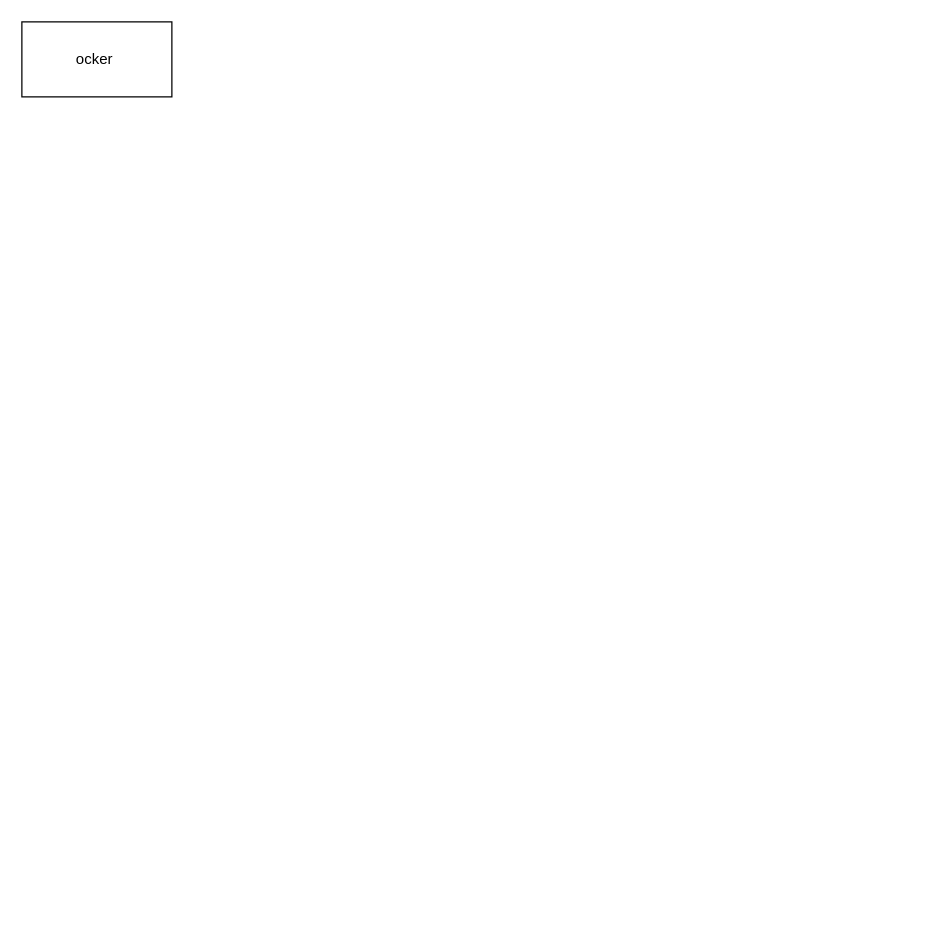
hephaestus88/docker keeps this draw.io diagram as page "Dockerfile" (2 of 2) of Untitled Diagram.drawio. Above is the earlier version. Source tidied: cells renumbered, new cells numbered last; positions are measured from the earlier drawing's top-left corner, leaving out a move shared by most shapes. Both pictures are drawn from the tidied source at 125%, with x=0, y=0 at pixel (21, 21).
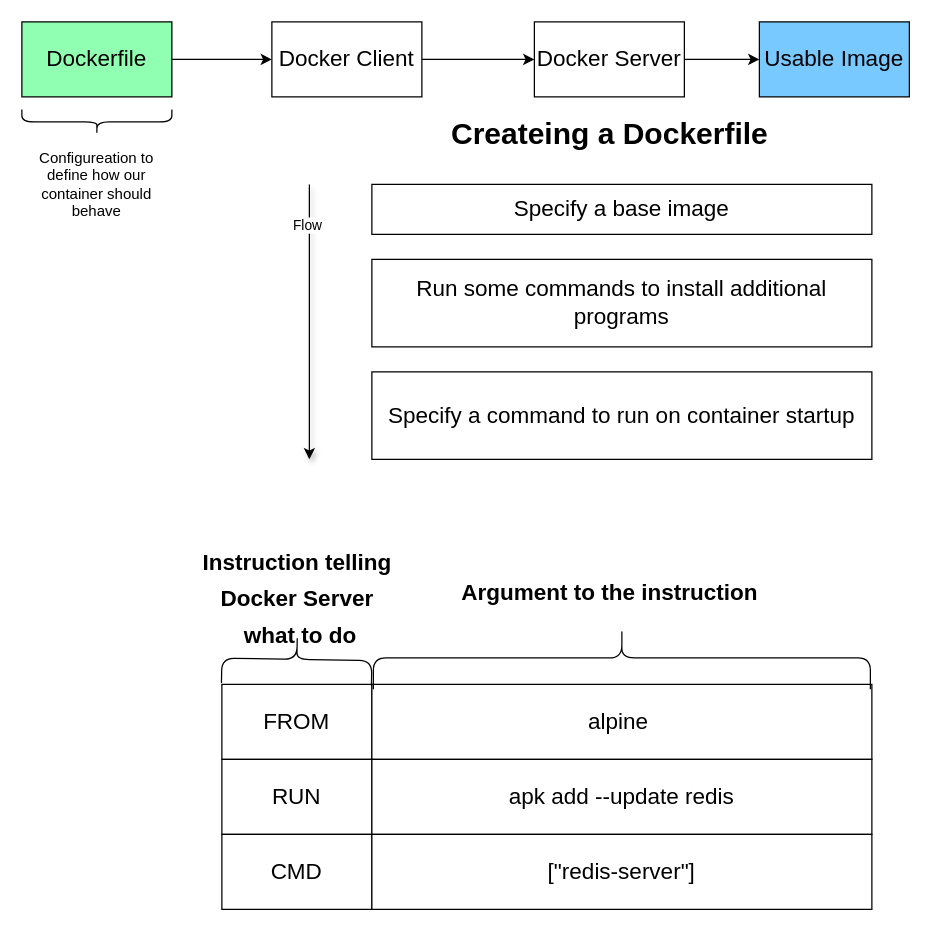
After the change.

The edit, as a diff of the source:
```diff
@@
-    <mxCell id="2" value="ocker&amp;nbsp;" style="whiteSpace=wrap;html=1;" parent="1" vertex="1">
+    <mxCell id="2" value="&lt;font style=&quot;font-size: 18px;&quot;&gt;Dockerfile&lt;/font&gt;" style="whiteSpace=wrap;html=1;fillColor=#91FFB2;" parent="1" vertex="1">
       <mxGeometry width="120" height="60" as="geometry" />
     </mxCell>
+    <mxCell id="3" style="endArrow=classic;html=1;rounded=0;elbow=vertical;exitX=1;exitY=0.5;exitDx=0;exitDy=0;" parent="1" edge="1" source="2">
+      <mxGeometry relative="1" as="geometry">
+        <mxPoint x="200" y="30" as="targetPoint" />
+      </mxGeometry>
+    </mxCell>
+    <mxCell id="4" style="edgeStyle=elbowEdgeStyle;rounded=0;jettySize=auto;elbow=vertical;html=1;" parent="1" edge="1" source="5" target="7">
+      <mxGeometry relative="1" as="geometry" />
+    </mxCell>
+    <mxCell id="5" value="&lt;span style=&quot;font-size: 18px;&quot;&gt;Docker Client&lt;/span&gt;" style="whiteSpace=wrap;html=1;" parent="1" vertex="1">
+      <mxGeometry x="200" width="120" height="60" as="geometry" />
+    </mxCell>
+    <mxCell id="6" style="edgeStyle=elbowEdgeStyle;rounded=0;jettySize=auto;elbow=vertical;html=1;" parent="1" edge="1" source="7" target="8">
+      <mxGeometry relative="1" as="geometry" />
+    </mxCell>
+    <mxCell id="7" value="&lt;font style=&quot;font-size: 18px;&quot;&gt;Docker Server&lt;/font&gt;" style="whiteSpace=wrap;html=1;" parent="1" vertex="1">
+      <mxGeometry x="410" width="120" height="60" as="geometry" />
+    </mxCell>
+    <mxCell id="8" value="&lt;font style=&quot;font-size: 18px;&quot;&gt;Usable Image&lt;/font&gt;" style="whiteSpace=wrap;html=1;fillColor=#78C9FF;" parent="1" vertex="1">
+      <mxGeometry x="590" width="120" height="60" as="geometry" />
+    </mxCell>
+    <mxCell id="9" style="shape=curlyBracket;whiteSpace=wrap;html=1;rounded=1;flipH=1;labelPosition=right;verticalLabelPosition=middle;align=left;verticalAlign=middle;rotation=90;" parent="1" vertex="1">
+      <mxGeometry x="50" y="20" width="20" height="120" as="geometry" />
+    </mxCell>
+    <mxCell id="10" value="Configureation to define how our container should behave" style="rounded=0;whiteSpace=wrap;html=1;strokeColor=#FFFFFF;" parent="1" vertex="1">
+      <mxGeometry y="100" width="120" height="60" as="geometry" />
+    </mxCell>
+    <mxCell id="11" value="&lt;font style=&quot;font-size: 18px;&quot;&gt;Specify a base image&lt;/font&gt;" style="rounded=0;whiteSpace=wrap;html=1;" parent="1" vertex="1">
+      <mxGeometry x="280" y="130" width="400" height="40" as="geometry" />
+    </mxCell>
+    <mxCell id="12" value="&lt;font style=&quot;font-size: 18px;&quot;&gt;Run some commands to install additional programs&lt;/font&gt;" style="rounded=0;whiteSpace=wrap;html=1;" parent="1" vertex="1">
+      <mxGeometry x="280" y="190" width="400" height="70" as="geometry" />
+    </mxCell>
+    <mxCell id="13" value="&lt;font style=&quot;font-size: 18px;&quot;&gt;Specify a command to run on container startup&lt;/font&gt;" style="rounded=0;whiteSpace=wrap;html=1;" parent="1" vertex="1">
+      <mxGeometry x="280" y="280" width="400" height="70" as="geometry" />
+    </mxCell>
+    <mxCell id="14" style="endArrow=classic;html=1;rounded=0;elbow=vertical;strokeColor=#000000;shadow=1;" parent="1" edge="1">
+      <mxGeometry relative="1" as="geometry">
+        <mxPoint x="230" y="130" as="sourcePoint" />
+        <mxPoint x="230" y="350" as="targetPoint" />
+      </mxGeometry>
+    </mxCell>
+    <mxCell id="15" value="Flow&amp;nbsp;" style="edgeLabel;html=1;align=center;verticalAlign=middle;" parent="14" vertex="1">
+      <mxGeometry x="-0.71" y="-1" relative="1" as="geometry" />
+    </mxCell>
+    <mxCell id="16" value="Createing a Dockerfile" style="text;strokeColor=none;fillColor=none;html=1;fontSize=24;fontStyle=1;verticalAlign=middle;align=center;" parent="1" vertex="1">
+      <mxGeometry x="420" y="70" width="100" height="40" as="geometry" />
+    </mxCell>
+    <mxCell id="17" value="&lt;font style=&quot;font-size: 18px;&quot;&gt;FROM&lt;/font&gt;" style="rounded=0;whiteSpace=wrap;html=1;" parent="1" vertex="1">
+      <mxGeometry x="160" y="530" width="120" height="60" as="geometry" />
+    </mxCell>
+    <mxCell id="18" value="&lt;span style=&quot;font-size: 18px;&quot;&gt;alpine&amp;nbsp;&lt;/span&gt;" style="rounded=0;whiteSpace=wrap;html=1;" parent="1" vertex="1">
+      <mxGeometry x="280" y="530" width="400" height="60" as="geometry" />
+    </mxCell>
+    <mxCell id="19" value="&lt;font style=&quot;font-size: 18px;&quot;&gt;RUN&lt;/font&gt;" style="rounded=0;whiteSpace=wrap;html=1;" parent="1" vertex="1">
+      <mxGeometry x="160" y="590" width="120" height="60" as="geometry" />
+    </mxCell>
+    <mxCell id="20" value="&lt;font style=&quot;font-size: 18px;&quot;&gt;CMD&lt;/font&gt;" style="rounded=0;whiteSpace=wrap;html=1;" parent="1" vertex="1">
+      <mxGeometry x="160" y="650" width="120" height="60" as="geometry" />
+    </mxCell>
+    <mxCell id="21" value="&lt;font style=&quot;font-size: 18px;&quot;&gt;apk add --update redis&lt;/font&gt;" style="rounded=0;whiteSpace=wrap;html=1;" parent="1" vertex="1">
+      <mxGeometry x="280" y="590" width="400" height="60" as="geometry" />
+    </mxCell>
+    <mxCell id="22" value="&lt;font style=&quot;font-size: 18px;&quot;&gt;[&quot;redis-server&quot;]&lt;/font&gt;" style="rounded=0;whiteSpace=wrap;html=1;" parent="1" vertex="1">
+      <mxGeometry x="280" y="650" width="400" height="60" as="geometry" />
+    </mxCell>
+    <mxCell id="23" style="shape=curlyBracket;whiteSpace=wrap;html=1;rounded=1;flipH=1;labelPosition=right;verticalLabelPosition=middle;align=left;verticalAlign=middle;rotation=-89;" parent="1" vertex="1">
+      <mxGeometry x="200" y="450" width="40" height="120" as="geometry" />
+    </mxCell>
+    <mxCell id="24" style="shape=curlyBracket;whiteSpace=wrap;html=1;rounded=1;flipH=1;labelPosition=right;verticalLabelPosition=middle;align=left;verticalAlign=middle;rotation=-90;" parent="1" vertex="1">
+      <mxGeometry x="455" y="310" width="50" height="397.6" as="geometry" />
+    </mxCell>
+    <mxCell id="25" value="&lt;font style=&quot;font-size: 18px;&quot;&gt;Instruction telling &lt;br&gt;Docker Server&lt;br&gt;&amp;nbsp;what to do&lt;/font&gt;" style="text;strokeColor=none;fillColor=none;html=1;fontSize=24;fontStyle=1;verticalAlign=middle;align=center;" parent="1" vertex="1">
+      <mxGeometry x="170" y="440" width="100" height="40" as="geometry" />
+    </mxCell>
+    <mxCell id="26" value="&lt;span style=&quot;font-size: 18px;&quot;&gt;Argument to the instruction&lt;/span&gt;" style="text;strokeColor=none;fillColor=none;html=1;fontSize=24;fontStyle=1;verticalAlign=middle;align=center;" parent="1" vertex="1">
+      <mxGeometry x="420" y="440" width="100" height="30" as="geometry" />
+    </mxCell>
```
